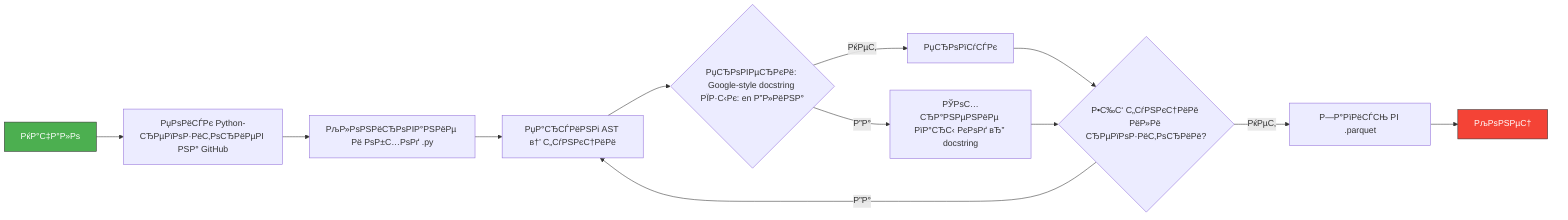
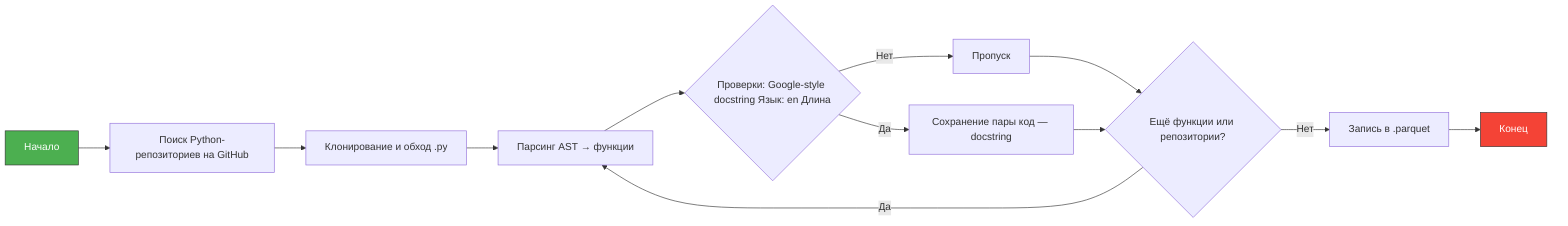
- ﻿%%{init: {'theme': 'default', 'themeVariables': { 'background': '#FFFFFF' }}}%%
+ %%{init: {'theme': 'default', 'themeVariables': { 'background': '#FFFFFF' }}}%%
flowchart LR
-     A[РќР°С‡Р°Р»Рѕ] --> B[РџРѕРёСЃРє Python-СЂРµРїРѕР·РёС‚РѕСЂРёРµРІ РЅР° GitHub]
+     A[Начало] --> B[Поиск Python-репозиториев на GitHub]

-     B --> C[РљР»РѕРЅРёСЂРѕРІР°РЅРёРµ Рё РѕР±С…РѕРґ .py]
+     B --> C[Клонирование и обход .py]

-     C --> D[РџР°СЂСЃРёРЅРі AST в†’ С„СѓРЅРєС†РёРё]
+     C --> D[Парсинг AST → функции]

-     D --> E{РџСЂРѕРІРµСЂРєРё: Google-style docstring РЇР·С‹Рє: en Р”Р»РёРЅР°}
+     D --> E{Проверки: Google-style docstring Язык: en Длина}

-     E -- РќРµС‚ --> F[РџСЂРѕРїСѓСЃРє]
-     E -- Р”Р° --> G[РЎРѕС…СЂР°РЅРµРЅРёРµ РїР°СЂС‹ РєРѕРґ вЂ” docstring]
+     E -- Нет --> F[Пропуск]
+     E -- Да --> G[Сохранение пары код — docstring]

-     F --> H{Р•С‰С‘ С„СѓРЅРєС†РёРё РёР»Рё СЂРµРїРѕР·РёС‚РѕСЂРёРё?}
+     F --> H{Ещё функции или репозитории?}
    G --> H

-     H -- Р”Р° --> D
-     H -- РќРµС‚ --> I[Р—Р°РїРёСЃСЊ РІ .parquet]
+     H -- Да --> D
+     H -- Нет --> I[Запись в .parquet]

-     I --> J[РљРѕРЅРµС†]
+     I --> J[Конец]

    style A fill:#4CAF50,stroke:#333,color:white
-     style J fill:#F44336,stroke:#333,color:white
+     style J fill:#F44336,stroke:#333,color:white